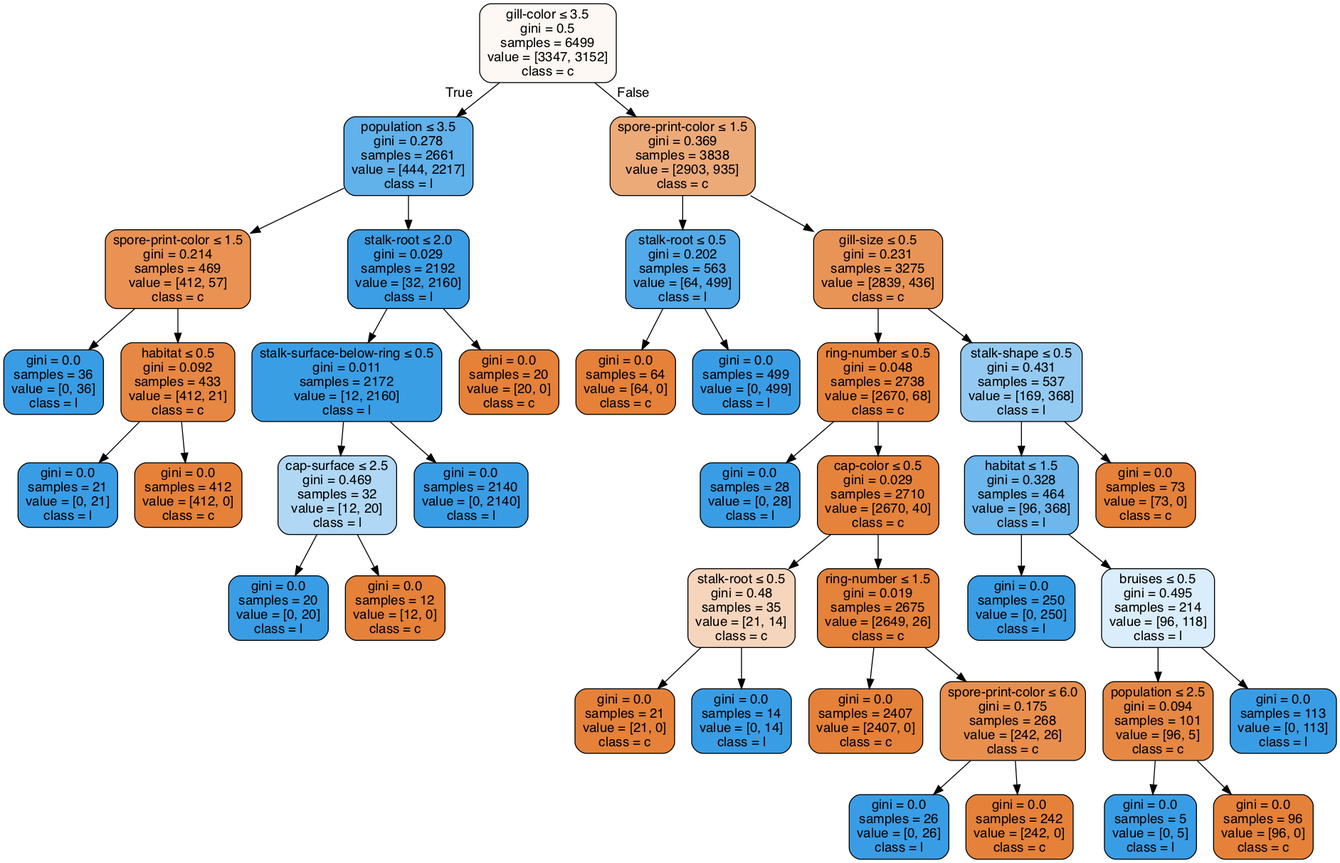
Above: Lab02/clf-max-depth-7.gv.png in anhle199/Intro2AI-HCMUS (Graphviz), before the change. Its source is kept beside it as Lab02/clf-max-depth-7.gv.
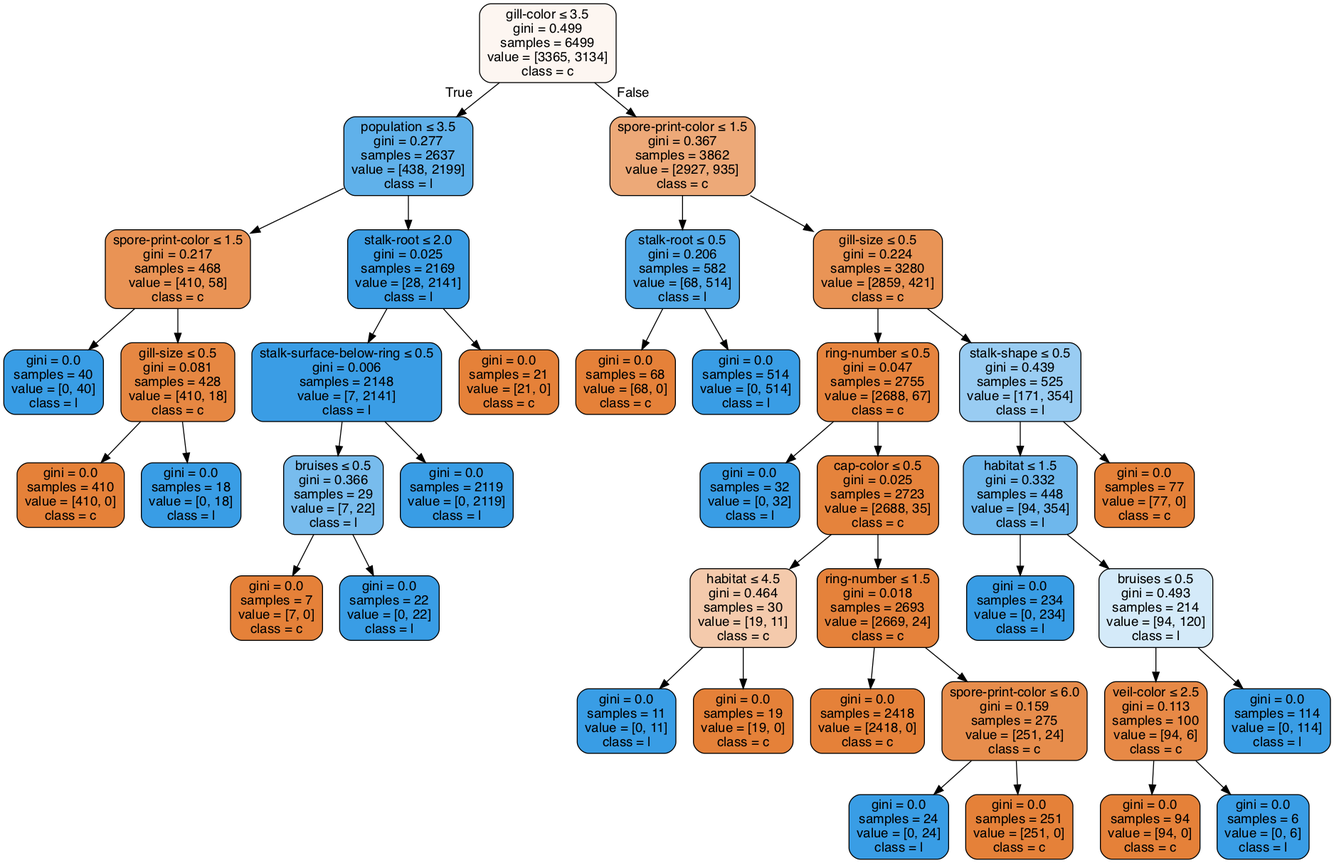
After the commit.

The edit, as a diff of the source:
```diff
@@ -1,81 +1,81 @@
 digraph Tree {
 node [shape=box, style="filled, rounded", color="black", fontname=helvetica] ;
 edge [fontname=helvetica] ;
-0 [label=<gill-color &le; 3.5<br/>gini = 0.5<br/>samples = 6499<br/>value = [3347, 3152]<br/>class = c>, fillcolor="#fdf8f3"] ;
-1 [label=<population &le; 3.5<br/>gini = 0.278<br/>samples = 2661<br/>value = [444, 2217]<br/>class = l>, fillcolor="#61b1ea"] ;
+0 [label=<gill-color &le; 3.5<br/>gini = 0.499<br/>samples = 6499<br/>value = [3365, 3134]<br/>class = c>, fillcolor="#fdf6f1"] ;
+1 [label=<population &le; 3.5<br/>gini = 0.277<br/>samples = 2637<br/>value = [438, 2199]<br/>class = l>, fillcolor="#60b1ea"] ;
 0 -> 1 [labeldistance=2.5, labelangle=45, headlabel="True"] ;
-2 [label=<spore-print-color &le; 1.5<br/>gini = 0.214<br/>samples = 469<br/>value = [412, 57]<br/>class = c>, fillcolor="#e99254"] ;
+2 [label=<spore-print-color &le; 1.5<br/>gini = 0.217<br/>samples = 468<br/>value = [410, 58]<br/>class = c>, fillcolor="#e99355"] ;
 1 -> 2 ;
-3 [label=<gini = 0.0<br/>samples = 36<br/>value = [0, 36]<br/>class = l>, fillcolor="#399de5"] ;
+3 [label=<gini = 0.0<br/>samples = 40<br/>value = [0, 40]<br/>class = l>, fillcolor="#399de5"] ;
 2 -> 3 ;
-4 [label=<habitat &le; 0.5<br/>gini = 0.092<br/>samples = 433<br/>value = [412, 21]<br/>class = c>, fillcolor="#e68743"] ;
+4 [label=<gill-size &le; 0.5<br/>gini = 0.081<br/>samples = 428<br/>value = [410, 18]<br/>class = c>, fillcolor="#e68742"] ;
 2 -> 4 ;
-5 [label=<gini = 0.0<br/>samples = 21<br/>value = [0, 21]<br/>class = l>, fillcolor="#399de5"] ;
+5 [label=<gini = 0.0<br/>samples = 410<br/>value = [410, 0]<br/>class = c>, fillcolor="#e58139"] ;
 4 -> 5 ;
-6 [label=<gini = 0.0<br/>samples = 412<br/>value = [412, 0]<br/>class = c>, fillcolor="#e58139"] ;
+6 [label=<gini = 0.0<br/>samples = 18<br/>value = [0, 18]<br/>class = l>, fillcolor="#399de5"] ;
 4 -> 6 ;
-7 [label=<stalk-root &le; 2.0<br/>gini = 0.029<br/>samples = 2192<br/>value = [32, 2160]<br/>class = l>, fillcolor="#3c9ee5"] ;
+7 [label=<stalk-root &le; 2.0<br/>gini = 0.025<br/>samples = 2169<br/>value = [28, 2141]<br/>class = l>, fillcolor="#3c9ee5"] ;
 1 -> 7 ;
-8 [label=<stalk-surface-below-ring &le; 0.5<br/>gini = 0.011<br/>samples = 2172<br/>value = [12, 2160]<br/>class = l>, fillcolor="#3a9ee5"] ;
+8 [label=<stalk-surface-below-ring &le; 0.5<br/>gini = 0.006<br/>samples = 2148<br/>value = [7, 2141]<br/>class = l>, fillcolor="#3a9de5"] ;
 7 -> 8 ;
-9 [label=<cap-surface &le; 2.5<br/>gini = 0.469<br/>samples = 32<br/>value = [12, 20]<br/>class = l>, fillcolor="#b0d8f5"] ;
+9 [label=<bruises &le; 0.5<br/>gini = 0.366<br/>samples = 29<br/>value = [7, 22]<br/>class = l>, fillcolor="#78bced"] ;
 8 -> 9 ;
-10 [label=<gini = 0.0<br/>samples = 20<br/>value = [0, 20]<br/>class = l>, fillcolor="#399de5"] ;
+10 [label=<gini = 0.0<br/>samples = 7<br/>value = [7, 0]<br/>class = c>, fillcolor="#e58139"] ;
 9 -> 10 ;
-11 [label=<gini = 0.0<br/>samples = 12<br/>value = [12, 0]<br/>class = c>, fillcolor="#e58139"] ;
+11 [label=<gini = 0.0<br/>samples = 22<br/>value = [0, 22]<br/>class = l>, fillcolor="#399de5"] ;
 9 -> 11 ;
-12 [label=<gini = 0.0<br/>samples = 2140<br/>value = [0, 2140]<br/>class = l>, fillcolor="#399de5"] ;
+12 [label=<gini = 0.0<br/>samples = 2119<br/>value = [0, 2119]<br/>class = l>, fillcolor="#399de5"] ;
 8 -> 12 ;
-13 [label=<gini = 0.0<br/>samples = 20<br/>value = [20, 0]<br/>class = c>, fillcolor="#e58139"] ;
+13 [label=<gini = 0.0<br/>samples = 21<br/>value = [21, 0]<br/>class = c>, fillcolor="#e58139"] ;
 7 -> 13 ;
-14 [label=<spore-print-color &le; 1.5<br/>gini = 0.369<br/>samples = 3838<br/>value = [2903, 935]<br/>class = c>, fillcolor="#edaa79"] ;
+14 [label=<spore-print-color &le; 1.5<br/>gini = 0.367<br/>samples = 3862<br/>value = [2927, 935]<br/>class = c>, fillcolor="#eda978"] ;
 0 -> 14 [labeldistance=2.5, labelangle=-45, headlabel="False"] ;
-15 [label=<stalk-root &le; 0.5<br/>gini = 0.202<br/>samples = 563<br/>value = [64, 499]<br/>class = l>, fillcolor="#52aae8"] ;
+15 [label=<stalk-root &le; 0.5<br/>gini = 0.206<br/>samples = 582<br/>value = [68, 514]<br/>class = l>, fillcolor="#53aae8"] ;
 14 -> 15 ;
-16 [label=<gini = 0.0<br/>samples = 64<br/>value = [64, 0]<br/>class = c>, fillcolor="#e58139"] ;
+16 [label=<gini = 0.0<br/>samples = 68<br/>value = [68, 0]<br/>class = c>, fillcolor="#e58139"] ;
 15 -> 16 ;
-17 [label=<gini = 0.0<br/>samples = 499<br/>value = [0, 499]<br/>class = l>, fillcolor="#399de5"] ;
+17 [label=<gini = 0.0<br/>samples = 514<br/>value = [0, 514]<br/>class = l>, fillcolor="#399de5"] ;
 15 -> 17 ;
-18 [label=<gill-size &le; 0.5<br/>gini = 0.231<br/>samples = 3275<br/>value = [2839, 436]<br/>class = c>, fillcolor="#e99457"] ;
+18 [label=<gill-size &le; 0.5<br/>gini = 0.224<br/>samples = 3280<br/>value = [2859, 421]<br/>class = c>, fillcolor="#e99456"] ;
 14 -> 18 ;
-19 [label=<ring-number &le; 0.5<br/>gini = 0.048<br/>samples = 2738<br/>value = [2670, 68]<br/>class = c>, fillcolor="#e6843e"] ;
+19 [label=<ring-number &le; 0.5<br/>gini = 0.047<br/>samples = 2755<br/>value = [2688, 67]<br/>class = c>, fillcolor="#e6843e"] ;
 18 -> 19 ;
-20 [label=<gini = 0.0<br/>samples = 28<br/>value = [0, 28]<br/>class = l>, fillcolor="#399de5"] ;
+20 [label=<gini = 0.0<br/>samples = 32<br/>value = [0, 32]<br/>class = l>, fillcolor="#399de5"] ;
 19 -> 20 ;
-21 [label=<cap-color &le; 0.5<br/>gini = 0.029<br/>samples = 2710<br/>value = [2670, 40]<br/>class = c>, fillcolor="#e5833c"] ;
+21 [label=<cap-color &le; 0.5<br/>gini = 0.025<br/>samples = 2723<br/>value = [2688, 35]<br/>class = c>, fillcolor="#e5833c"] ;
 19 -> 21 ;
-22 [label=<stalk-root &le; 0.5<br/>gini = 0.48<br/>samples = 35<br/>value = [21, 14]<br/>class = c>, fillcolor="#f6d5bd"] ;
+22 [label=<habitat &le; 4.5<br/>gini = 0.464<br/>samples = 30<br/>value = [19, 11]<br/>class = c>, fillcolor="#f4caac"] ;
 21 -> 22 ;
-23 [label=<gini = 0.0<br/>samples = 21<br/>value = [21, 0]<br/>class = c>, fillcolor="#e58139"] ;
+23 [label=<gini = 0.0<br/>samples = 11<br/>value = [0, 11]<br/>class = l>, fillcolor="#399de5"] ;
 22 -> 23 ;
-24 [label=<gini = 0.0<br/>samples = 14<br/>value = [0, 14]<br/>class = l>, fillcolor="#399de5"] ;
+24 [label=<gini = 0.0<br/>samples = 19<br/>value = [19, 0]<br/>class = c>, fillcolor="#e58139"] ;
 22 -> 24 ;
-25 [label=<ring-number &le; 1.5<br/>gini = 0.019<br/>samples = 2675<br/>value = [2649, 26]<br/>class = c>, fillcolor="#e5823b"] ;
+25 [label=<ring-number &le; 1.5<br/>gini = 0.018<br/>samples = 2693<br/>value = [2669, 24]<br/>class = c>, fillcolor="#e5823b"] ;
 21 -> 25 ;
-26 [label=<gini = 0.0<br/>samples = 2407<br/>value = [2407, 0]<br/>class = c>, fillcolor="#e58139"] ;
+26 [label=<gini = 0.0<br/>samples = 2418<br/>value = [2418, 0]<br/>class = c>, fillcolor="#e58139"] ;
 25 -> 26 ;
-27 [label=<spore-print-color &le; 6.0<br/>gini = 0.175<br/>samples = 268<br/>value = [242, 26]<br/>class = c>, fillcolor="#e88f4e"] ;
+27 [label=<spore-print-color &le; 6.0<br/>gini = 0.159<br/>samples = 275<br/>value = [251, 24]<br/>class = c>, fillcolor="#e78d4c"] ;
 25 -> 27 ;
-28 [label=<gini = 0.0<br/>samples = 26<br/>value = [0, 26]<br/>class = l>, fillcolor="#399de5"] ;
+28 [label=<gini = 0.0<br/>samples = 24<br/>value = [0, 24]<br/>class = l>, fillcolor="#399de5"] ;
 27 -> 28 ;
-29 [label=<gini = 0.0<br/>samples = 242<br/>value = [242, 0]<br/>class = c>, fillcolor="#e58139"] ;
+29 [label=<gini = 0.0<br/>samples = 251<br/>value = [251, 0]<br/>class = c>, fillcolor="#e58139"] ;
 27 -> 29 ;
-30 [label=<stalk-shape &le; 0.5<br/>gini = 0.431<br/>samples = 537<br/>value = [169, 368]<br/>class = l>, fillcolor="#94caf1"] ;
+30 [label=<stalk-shape &le; 0.5<br/>gini = 0.439<br/>samples = 525<br/>value = [171, 354]<br/>class = l>, fillcolor="#99ccf2"] ;
 18 -> 30 ;
-31 [label=<habitat &le; 1.5<br/>gini = 0.328<br/>samples = 464<br/>value = [96, 368]<br/>class = l>, fillcolor="#6db7ec"] ;
+31 [label=<habitat &le; 1.5<br/>gini = 0.332<br/>samples = 448<br/>value = [94, 354]<br/>class = l>, fillcolor="#6eb7ec"] ;
 30 -> 31 ;
-32 [label=<gini = 0.0<br/>samples = 250<br/>value = [0, 250]<br/>class = l>, fillcolor="#399de5"] ;
+32 [label=<gini = 0.0<br/>samples = 234<br/>value = [0, 234]<br/>class = l>, fillcolor="#399de5"] ;
 31 -> 32 ;
-33 [label=<bruises &le; 0.5<br/>gini = 0.495<br/>samples = 214<br/>value = [96, 118]<br/>class = l>, fillcolor="#daedfa"] ;
+33 [label=<bruises &le; 0.5<br/>gini = 0.493<br/>samples = 214<br/>value = [94, 120]<br/>class = l>, fillcolor="#d4eaf9"] ;
 31 -> 33 ;
-34 [label=<population &le; 2.5<br/>gini = 0.094<br/>samples = 101<br/>value = [96, 5]<br/>class = c>, fillcolor="#e68843"] ;
+34 [label=<veil-color &le; 2.5<br/>gini = 0.113<br/>samples = 100<br/>value = [94, 6]<br/>class = c>, fillcolor="#e78946"] ;
 33 -> 34 ;
-35 [label=<gini = 0.0<br/>samples = 5<br/>value = [0, 5]<br/>class = l>, fillcolor="#399de5"] ;
+35 [label=<gini = 0.0<br/>samples = 94<br/>value = [94, 0]<br/>class = c>, fillcolor="#e58139"] ;
 34 -> 35 ;
-36 [label=<gini = 0.0<br/>samples = 96<br/>value = [96, 0]<br/>class = c>, fillcolor="#e58139"] ;
+36 [label=<gini = 0.0<br/>samples = 6<br/>value = [0, 6]<br/>class = l>, fillcolor="#399de5"] ;
 34 -> 36 ;
-37 [label=<gini = 0.0<br/>samples = 113<br/>value = [0, 113]<br/>class = l>, fillcolor="#399de5"] ;
+37 [label=<gini = 0.0<br/>samples = 114<br/>value = [0, 114]<br/>class = l>, fillcolor="#399de5"] ;
 33 -> 37 ;
-38 [label=<gini = 0.0<br/>samples = 73<br/>value = [73, 0]<br/>class = c>, fillcolor="#e58139"] ;
+38 [label=<gini = 0.0<br/>samples = 77<br/>value = [77, 0]<br/>class = c>, fillcolor="#e58139"] ;
 30 -> 38 ;
 }
```
